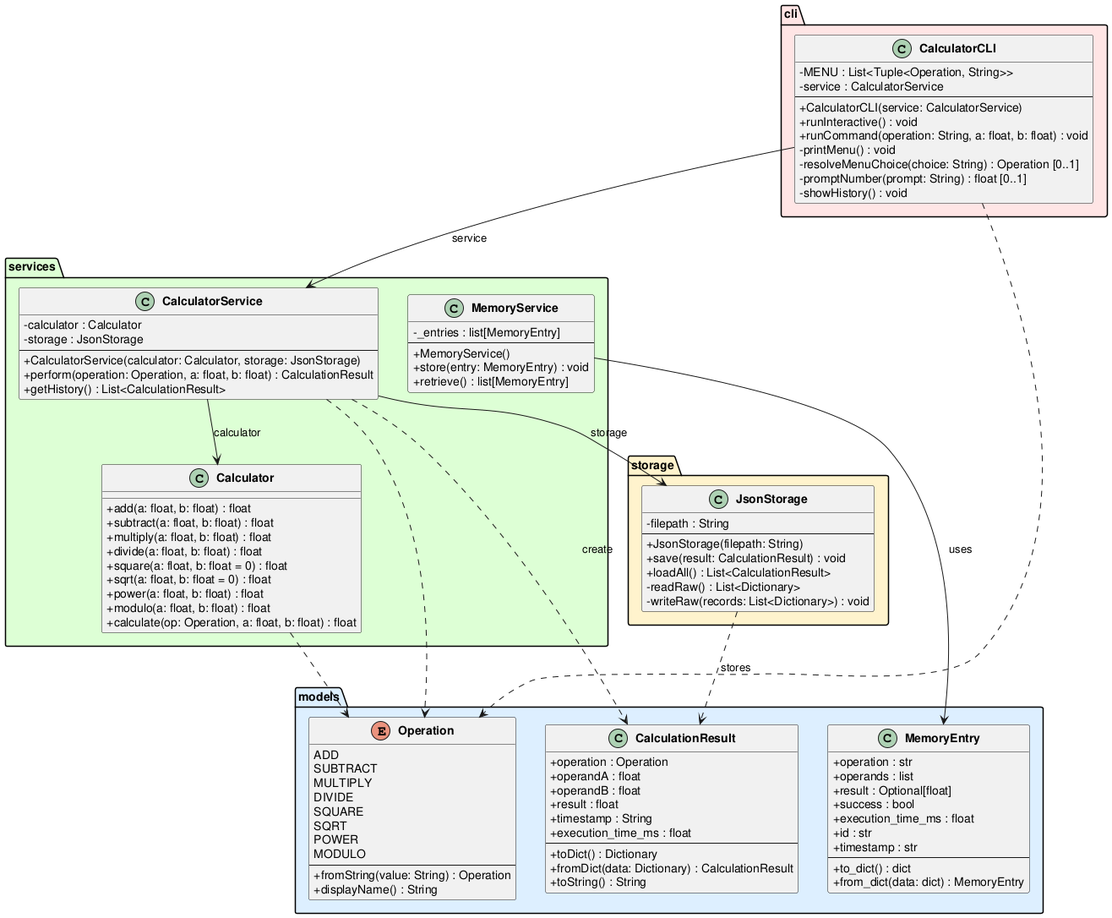
DanielRiha8906/Software_autoevolution_using_agents keeps this PlantUML diagram as experiments/pipeline/test_driven/calculator/artifacts/class_diagram.png. Above is the earlier version.
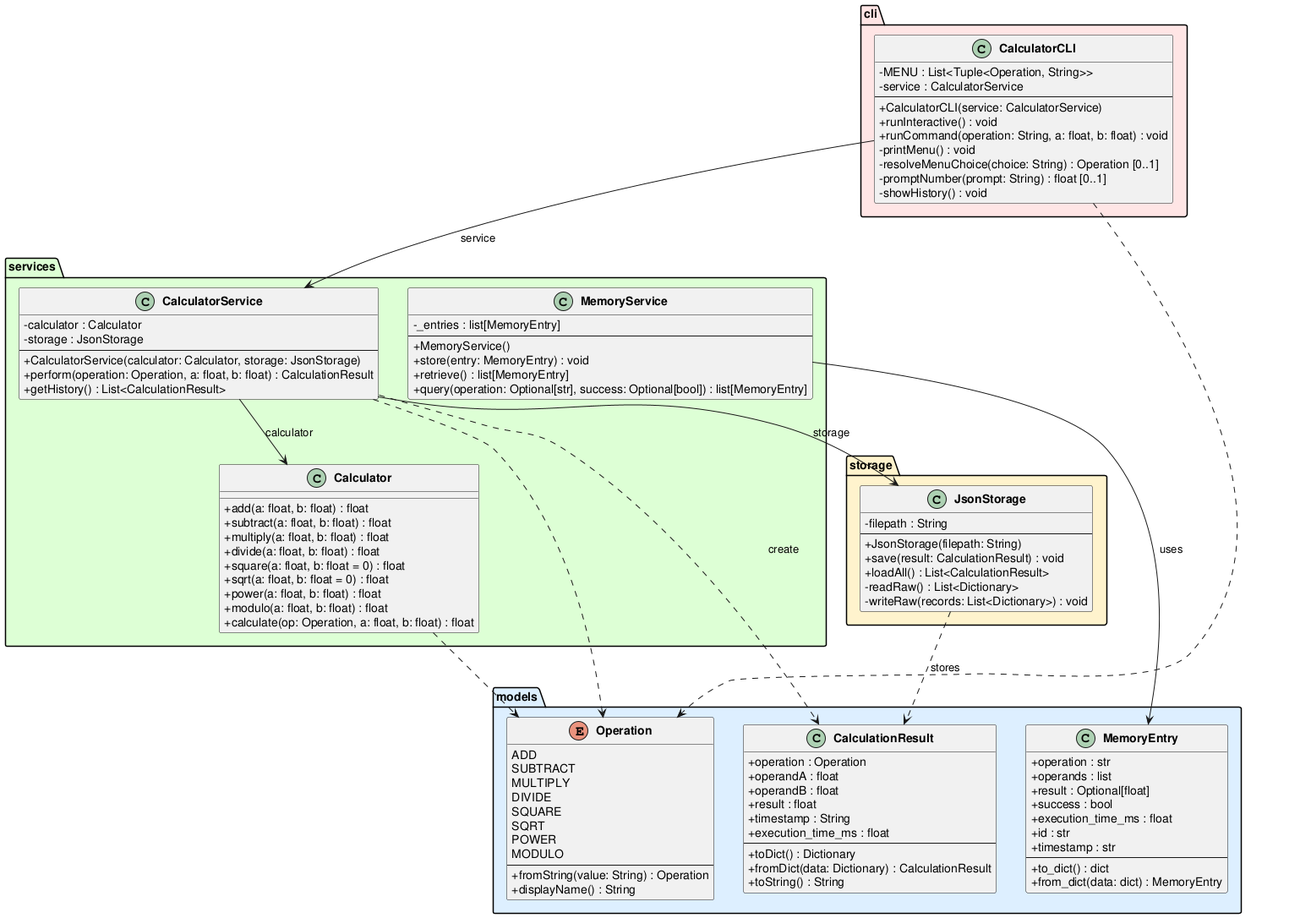
After the change.

Diff of the diagram source:
```diff
@@ -73,6 +73,7 @@
         +MemoryService()
         +store(entry: MemoryEntry) : void
         +retrieve() : list[MemoryEntry]
+        +query(operation: Optional[str], success: Optional[bool]) : list[MemoryEntry]
     }
 }
 
```
